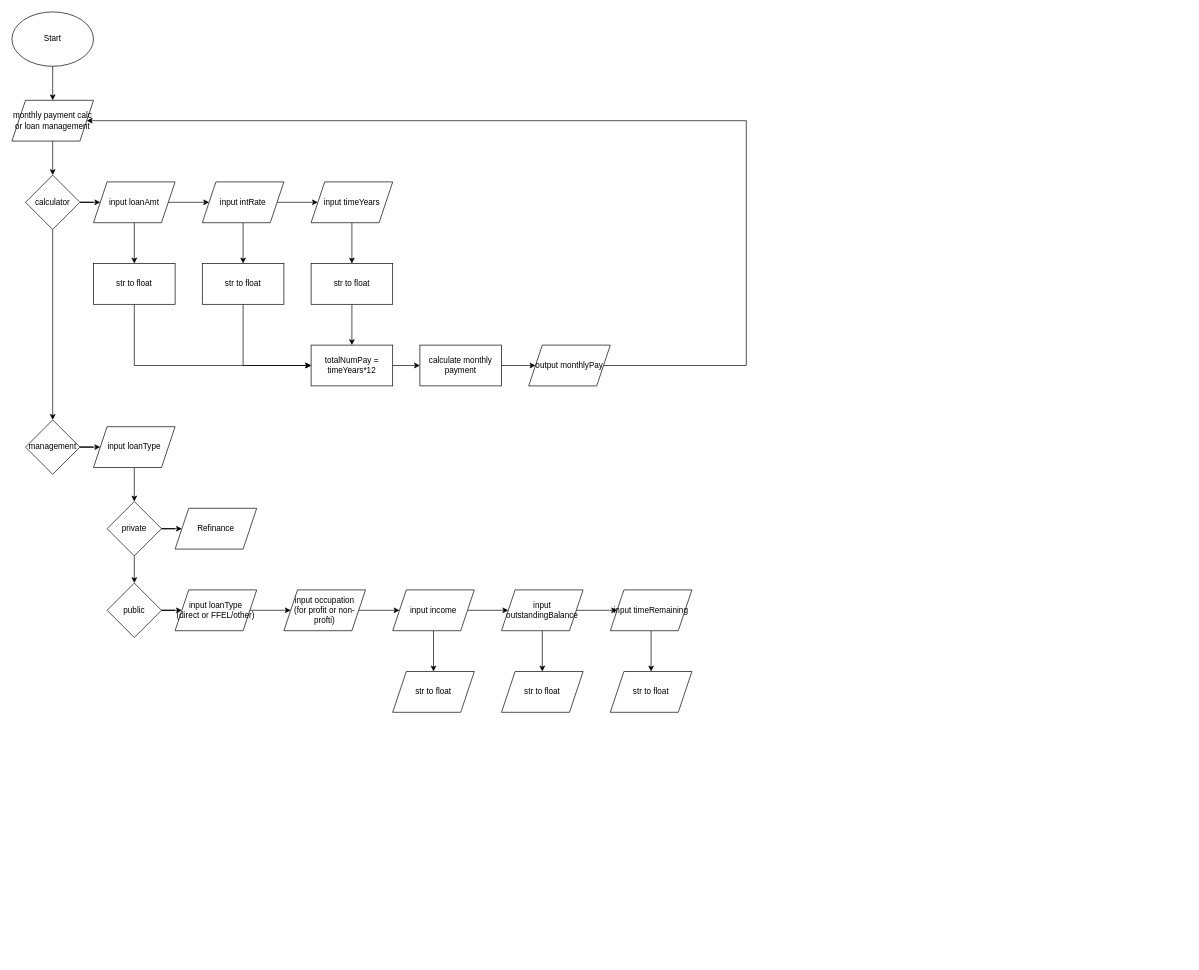
Earlier version of the draw.io diagram studentLoanFlowChart.drawio (namjust/naminator). Source tidied: cells renumbered, new cells numbered last; positions are measured from the earlier drawing's top-left corner, leaving out a move shared by most shapes. Both pictures are drawn from the tidied source at 68%, with x=0, y=0 at pixel (12, 12).
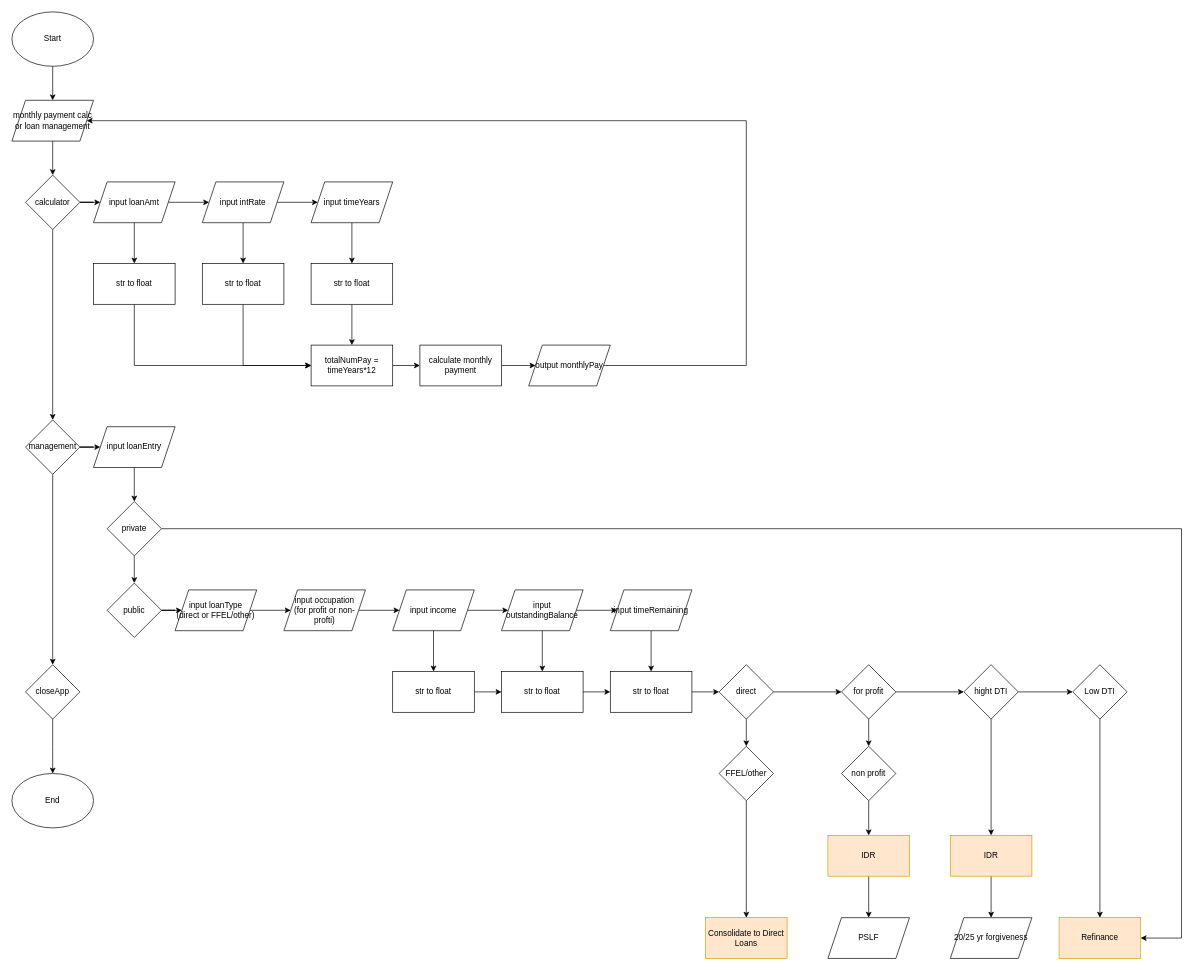
Above is the later version.

The change refers to these unchanged cells:
```xml
<mxCell id="8" value="private" style="rhombus;whiteSpace=wrap;html=1;" parent="1" vertex="1">
  <mxGeometry x="140" y="720" width="80" height="80" as="geometry" />
</mxCell>
<mxCell id="19" value="management" style="rhombus;whiteSpace=wrap;html=1;" parent="1" vertex="1">
  <mxGeometry x="20" y="600" width="80" height="80" as="geometry" />
</mxCell>
<mxCell id="46" value="input income" style="shape=parallelogram;perimeter=parallelogramPerimeter;whiteSpace=wrap;html=1;fixedSize=1;" parent="1" vertex="1">
  <mxGeometry x="560" y="850" width="120" height="60" as="geometry" />
</mxCell>
<mxCell id="49" value="input outstandingBalance" style="shape=parallelogram;perimeter=parallelogramPerimeter;whiteSpace=wrap;html=1;fixedSize=1;" parent="1" vertex="1">
  <mxGeometry x="720" y="850" width="120" height="60" as="geometry" />
</mxCell>
<mxCell id="51" value="input timeRemaining" style="shape=parallelogram;perimeter=parallelogramPerimeter;whiteSpace=wrap;html=1;fixedSize=1;" parent="1" vertex="1">
  <mxGeometry x="880" y="850" width="120" height="60" as="geometry" />
</mxCell>
```

Change to the diagram source:
```diff
@@
-    <mxCell id="5" value="input loanType" style="shape=parallelogram;perimeter=parallelogramPerimeter;whiteSpace=wrap;html=1;fixedSize=1;" parent="1" vertex="1">
+    <mxCell id="5" value="input loanEntry" style="shape=parallelogram;perimeter=parallelogramPerimeter;whiteSpace=wrap;html=1;fixedSize=1;" parent="1" vertex="1">
       <mxGeometry x="120" y="610" width="120" height="60" as="geometry" />
     </mxCell>
@@
-    <mxCell id="7" style="edgeStyle=orthogonalEdgeStyle;rounded=0;jettySize=auto;html=1;" parent="1" edge="1" source="8" target="11">
-      <mxGeometry relative="1" as="geometry" />
+    <mxCell id="7" style="edgeStyle=orthogonalEdgeStyle;rounded=0;jettySize=auto;html=1;entryX=1;entryY=0.5;entryDx=0;entryDy=0;" parent="1" edge="1" source="8" target="11">
+      <mxGeometry relative="1" as="geometry">
+        <Array as="points">
+          <mxPoint x="1720" y="760" />
+          <mxPoint x="1720" y="1362" />
+        </Array>
+      </mxGeometry>
     </mxCell>
@@
-    <mxCell id="11" value="Refinance" style="shape=parallelogram;perimeter=parallelogramPerimeter;whiteSpace=wrap;html=1;fixedSize=1;" parent="1" vertex="1">
-      <mxGeometry x="240" y="730" width="120" height="60" as="geometry" />
-    </mxCell>
@@
+    <mxCell id="55" style="edgeStyle=orthogonalEdgeStyle;rounded=0;jettySize=auto;html=1;" parent="1" edge="1" source="19" target="84">
+      <mxGeometry relative="1" as="geometry" />
+    </mxCell>
@@
-    <mxCell id="45" style="edgeStyle=orthogonalEdgeStyle;rounded=0;jettySize=auto;html=1;" parent="1" edge="1" source="46" target="52">
-      <mxGeometry relative="1" as="geometry" />
+    <mxCell id="45" style="edgeStyle=orthogonalEdgeStyle;rounded=0;jettySize=auto;html=1;" parent="1" edge="1" source="46">
+      <mxGeometry relative="1" as="geometry">
+        <mxPoint x="620" y="970" as="targetPoint" />
+      </mxGeometry>
     </mxCell>
@@
-    <mxCell id="48" style="edgeStyle=orthogonalEdgeStyle;rounded=0;jettySize=auto;html=1;" parent="1" edge="1" source="49" target="53">
-      <mxGeometry relative="1" as="geometry" />
+    <mxCell id="48" style="edgeStyle=orthogonalEdgeStyle;rounded=0;jettySize=auto;html=1;" parent="1" edge="1" source="49">
+      <mxGeometry relative="1" as="geometry">
+        <mxPoint x="780" y="970" as="targetPoint" />
+      </mxGeometry>
     </mxCell>
@@
-    <mxCell id="50" style="edgeStyle=orthogonalEdgeStyle;rounded=0;jettySize=auto;html=1;" parent="1" edge="1" source="51" target="54">
-      <mxGeometry relative="1" as="geometry" />
+    <mxCell id="50" style="edgeStyle=orthogonalEdgeStyle;rounded=0;jettySize=auto;html=1;" parent="1" edge="1" source="51">
+      <mxGeometry relative="1" as="geometry">
+        <mxPoint x="940" y="970" as="targetPoint" />
+      </mxGeometry>
     </mxCell>
@@
-    <mxCell id="52" value="str to float" style="shape=parallelogram;perimeter=parallelogramPerimeter;whiteSpace=wrap;html=1;fixedSize=1;" parent="1" vertex="1">
-      <mxGeometry x="560" y="970" width="120" height="60" as="geometry" />
-    </mxCell>
-    <mxCell id="53" value="str to float" style="shape=parallelogram;perimeter=parallelogramPerimeter;whiteSpace=wrap;html=1;fixedSize=1;" parent="1" vertex="1">
-      <mxGeometry x="720" y="970" width="120" height="60" as="geometry" />
-    </mxCell>
-    <mxCell id="54" value="str to float" style="shape=parallelogram;perimeter=parallelogramPerimeter;whiteSpace=wrap;html=1;fixedSize=1;" parent="1" vertex="1">
-      <mxGeometry x="880" y="970" width="120" height="60" as="geometry" />
-    </mxCell>
+    <mxCell id="56" style="edgeStyle=orthogonalEdgeStyle;rounded=0;jettySize=auto;html=1;" parent="1" edge="1" source="58" target="60">
+      <mxGeometry relative="1" as="geometry" />
+    </mxCell>
+    <mxCell id="57" style="edgeStyle=orthogonalEdgeStyle;rounded=0;jettySize=auto;html=1;" parent="1" edge="1" source="58" target="69">
+      <mxGeometry relative="1" as="geometry" />
+    </mxCell>
+    <mxCell id="58" value="direct" style="rhombus;whiteSpace=wrap;html=1;" parent="1" vertex="1">
+      <mxGeometry x="1040" y="960" width="80" height="80" as="geometry" />
+    </mxCell>
+    <mxCell id="59" style="edgeStyle=orthogonalEdgeStyle;rounded=0;jettySize=auto;html=1;" parent="1" edge="1" source="60">
+      <mxGeometry relative="1" as="geometry">
+        <mxPoint x="1080" y="1332" as="targetPoint" />
+      </mxGeometry>
+    </mxCell>
+    <mxCell id="60" value="FFEL/other" style="rhombus;whiteSpace=wrap;html=1;" parent="1" vertex="1">
+      <mxGeometry x="1040" y="1080" width="80" height="80" as="geometry" />
+    </mxCell>
+    <mxCell id="61" style="edgeStyle=orthogonalEdgeStyle;rounded=0;jettySize=auto;html=1;" parent="1" edge="1" source="62" target="64">
+      <mxGeometry relative="1" as="geometry" />
+    </mxCell>
+    <mxCell id="62" value="str to float" style="whiteSpace=wrap;html=1;" parent="1" vertex="1">
+      <mxGeometry x="560" y="970" width="120" height="60" as="geometry" />
+    </mxCell>
+    <mxCell id="63" style="edgeStyle=orthogonalEdgeStyle;rounded=0;jettySize=auto;html=1;" parent="1" edge="1" source="64" target="66">
+      <mxGeometry relative="1" as="geometry" />
+    </mxCell>
+    <mxCell id="64" value="str to float" style="whiteSpace=wrap;html=1;" parent="1" vertex="1">
+      <mxGeometry x="720" y="970" width="120" height="60" as="geometry" />
+    </mxCell>
+    <mxCell id="65" style="edgeStyle=orthogonalEdgeStyle;rounded=0;jettySize=auto;html=1;" parent="1" edge="1" source="66" target="58">
+      <mxGeometry relative="1" as="geometry" />
+    </mxCell>
+    <mxCell id="66" value="str to float" style="whiteSpace=wrap;html=1;" parent="1" vertex="1">
+      <mxGeometry x="880" y="970" width="120" height="60" as="geometry" />
+    </mxCell>
+    <mxCell id="67" style="edgeStyle=orthogonalEdgeStyle;rounded=0;jettySize=auto;html=1;" parent="1" edge="1" source="69" target="71">
+      <mxGeometry relative="1" as="geometry" />
+    </mxCell>
+    <mxCell id="68" style="edgeStyle=orthogonalEdgeStyle;rounded=0;jettySize=auto;html=1;" parent="1" edge="1" source="69" target="77">
+      <mxGeometry relative="1" as="geometry" />
+    </mxCell>
+    <mxCell id="69" value="for profit" style="rhombus;whiteSpace=wrap;html=1;" parent="1" vertex="1">
+      <mxGeometry x="1220" y="960" width="80" height="80" as="geometry" />
+    </mxCell>
+    <mxCell id="70" style="edgeStyle=orthogonalEdgeStyle;rounded=0;jettySize=auto;html=1;" parent="1" edge="1" source="71" target="73">
+      <mxGeometry relative="1" as="geometry" />
+    </mxCell>
+    <mxCell id="71" value="non profit" style="rhombus;whiteSpace=wrap;html=1;" parent="1" vertex="1">
+      <mxGeometry x="1220" y="1080" width="80" height="80" as="geometry" />
+    </mxCell>
+    <mxCell id="72" style="edgeStyle=orthogonalEdgeStyle;rounded=0;jettySize=auto;html=1;" parent="1" edge="1" source="73" target="74">
+      <mxGeometry relative="1" as="geometry" />
+    </mxCell>
+    <mxCell id="73" value="IDR" style="whiteSpace=wrap;html=1;fillColor=#ffe6cc;strokeColor=#d79b00;" parent="1" vertex="1">
+      <mxGeometry x="1200" y="1211" width="120" height="60" as="geometry" />
+    </mxCell>
+    <mxCell id="74" value="PSLF" style="shape=parallelogram;perimeter=parallelogramPerimeter;whiteSpace=wrap;html=1;fixedSize=1;" parent="1" vertex="1">
+      <mxGeometry x="1200" y="1332" width="120" height="60" as="geometry" />
+    </mxCell>
+    <mxCell id="75" style="edgeStyle=orthogonalEdgeStyle;rounded=0;jettySize=auto;html=1;" parent="1" edge="1" source="77" target="79">
+      <mxGeometry relative="1" as="geometry" />
+    </mxCell>
+    <mxCell id="76" style="edgeStyle=orthogonalEdgeStyle;rounded=0;jettySize=auto;html=1;" parent="1" edge="1" source="77" target="82">
+      <mxGeometry relative="1" as="geometry" />
+    </mxCell>
+    <mxCell id="77" value="hight DTI" style="rhombus;whiteSpace=wrap;html=1;" parent="1" vertex="1">
+      <mxGeometry x="1400" y="960" width="80" height="80" as="geometry" />
+    </mxCell>
+    <mxCell id="78" style="edgeStyle=orthogonalEdgeStyle;rounded=0;jettySize=auto;html=1;entryX=0.5;entryY=0;entryDx=0;entryDy=0;" parent="1" edge="1" source="79">
+      <mxGeometry relative="1" as="geometry">
+        <mxPoint x="1600" y="1332" as="targetPoint" />
+      </mxGeometry>
+    </mxCell>
+    <mxCell id="79" value="Low DTI" style="rhombus;whiteSpace=wrap;html=1;" parent="1" vertex="1">
+      <mxGeometry x="1560" y="960" width="80" height="80" as="geometry" />
+    </mxCell>
+    <mxCell id="80" value="20/25 yr forgiveness" style="shape=parallelogram;perimeter=parallelogramPerimeter;whiteSpace=wrap;html=1;fixedSize=1;" parent="1" vertex="1">
+      <mxGeometry x="1380" y="1332" width="120" height="60" as="geometry" />
+    </mxCell>
+    <mxCell id="81" style="edgeStyle=orthogonalEdgeStyle;rounded=0;jettySize=auto;html=1;" parent="1" edge="1" source="82" target="80">
+      <mxGeometry relative="1" as="geometry" />
+    </mxCell>
+    <mxCell id="82" value="IDR" style="whiteSpace=wrap;html=1;fillColor=#ffe6cc;strokeColor=#d79b00;" parent="1" vertex="1">
+      <mxGeometry x="1380" y="1211" width="120" height="60" as="geometry" />
+    </mxCell>
+    <mxCell id="83" style="edgeStyle=orthogonalEdgeStyle;rounded=0;jettySize=auto;html=1;" parent="1" edge="1" source="84">
+      <mxGeometry relative="1" as="geometry">
+        <mxPoint x="60" y="1120" as="targetPoint" />
+      </mxGeometry>
+    </mxCell>
+    <mxCell id="84" value="closeApp" style="rhombus;whiteSpace=wrap;html=1;" parent="1" vertex="1">
+      <mxGeometry x="20" y="960" width="80" height="80" as="geometry" />
+    </mxCell>
+    <mxCell id="85" value="End" style="ellipse;whiteSpace=wrap;html=1;" parent="1" vertex="1">
+      <mxGeometry y="1120" width="120" height="80" as="geometry" />
+    </mxCell>
+    <mxCell id="11" value="Refinance" style="rounded=0;whiteSpace=wrap;html=1;fillColor=#ffe6cc;strokeColor=#d79b00;" parent="1" vertex="1">
+      <mxGeometry x="1540" y="1332" width="120" height="60" as="geometry" />
+    </mxCell>
+    <mxCell id="86" value="Consolidate to Direct Loans" style="rounded=0;whiteSpace=wrap;html=1;fillColor=#ffe6cc;strokeColor=#d79b00;" parent="1" vertex="1">
+      <mxGeometry x="1020" y="1332" width="120" height="60" as="geometry" />
+    </mxCell>
```
